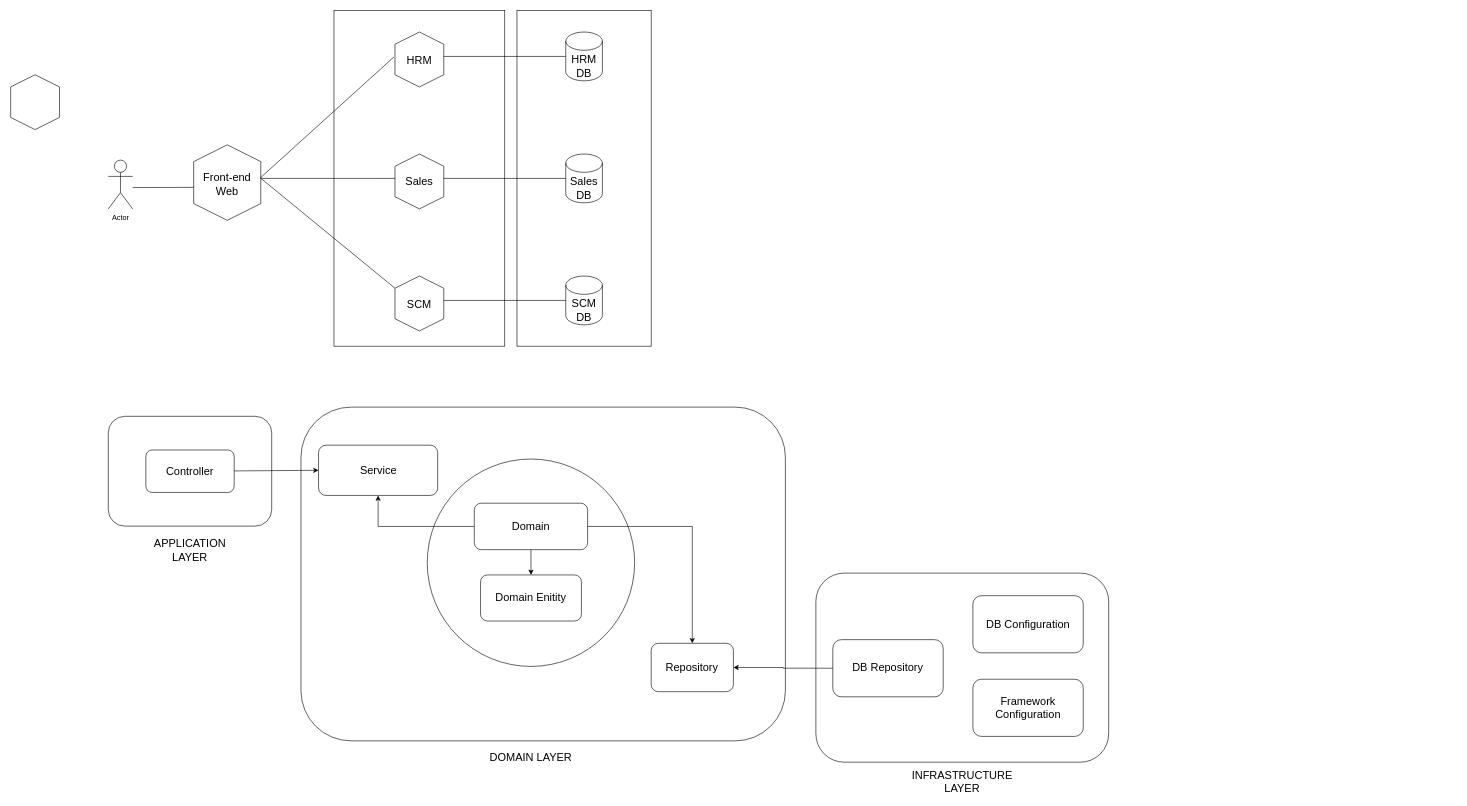
This is micro_services.drawio from Nguyen-Minh-Tri/kiot-manager, a draw.io file, before an edit. Source tidied: cells renumbered, new cells numbered last; positions are measured from the earlier drawing's top-left corner, leaving out a move shared by most shapes. Both pictures are drawn from the tidied source at 61%, with x=0, y=0 at pixel (10, 10).
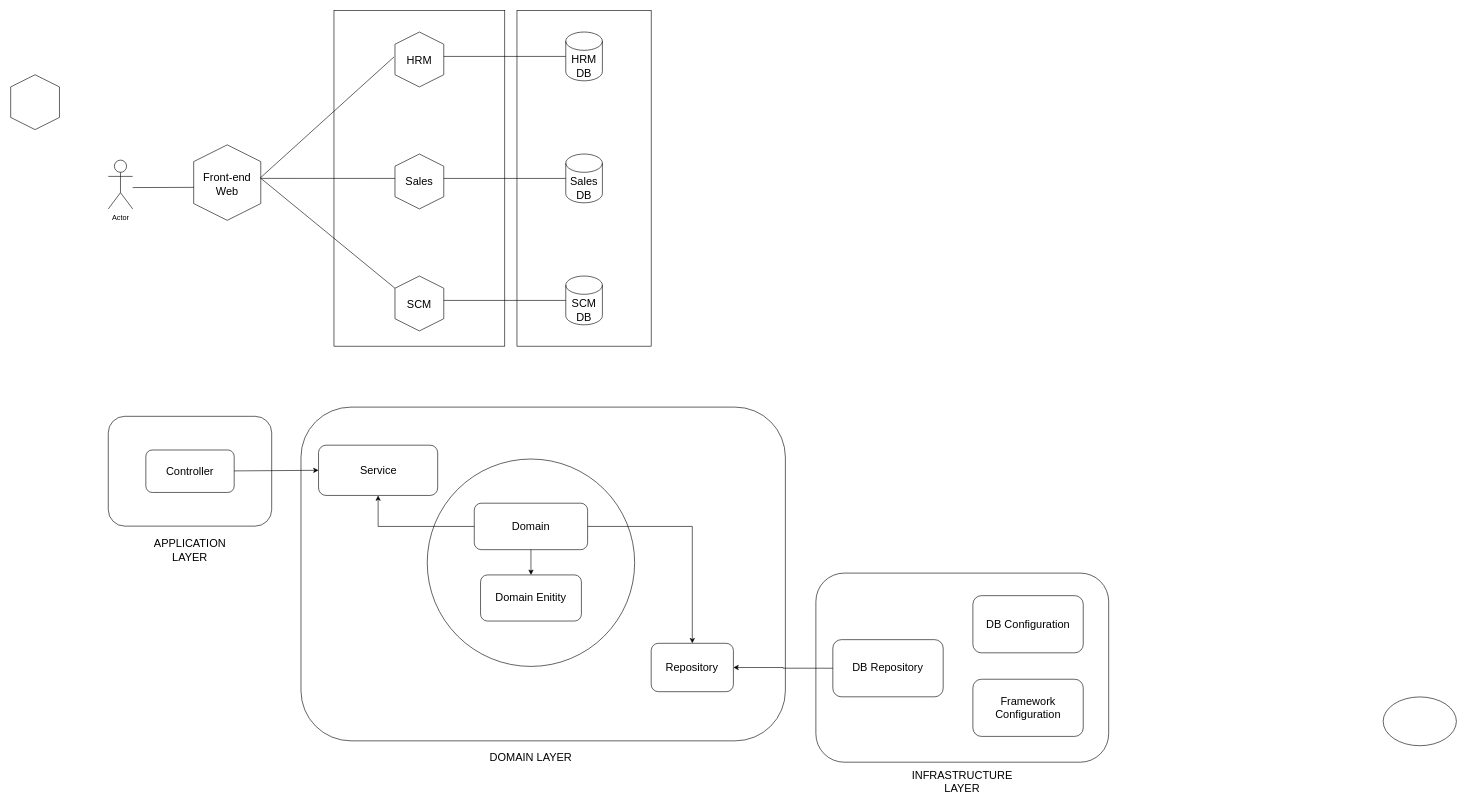
The same diagram, later.

What changed in the source:
```diff
@@
+    <mxCell id="57" style="ellipse;whiteSpace=wrap;html=1;" parent="1" vertex="1">
+      <mxGeometry x="2250" y="1125" width="120" height="80" as="geometry" />
+    </mxCell>
```
